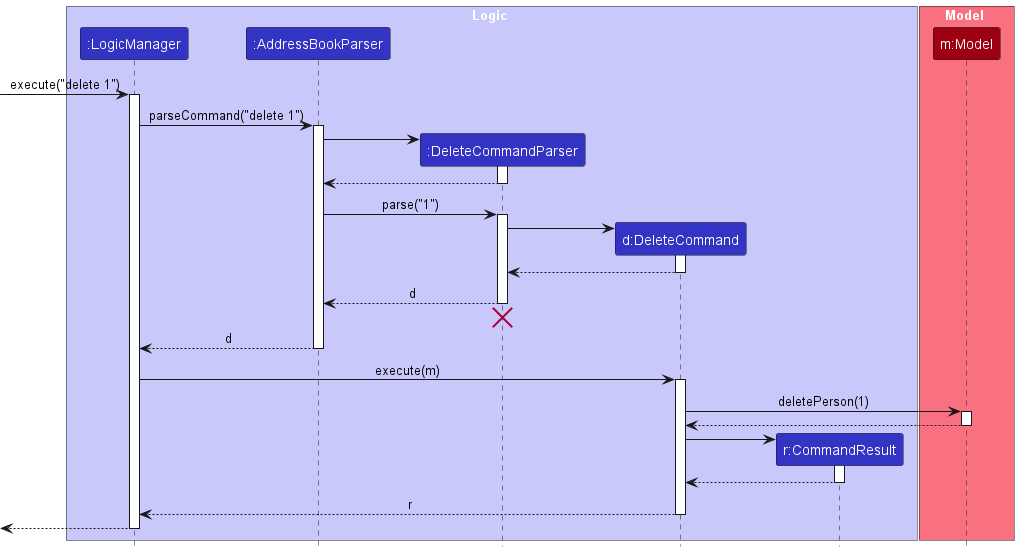
nus-cs2103-AY2425S1/tp keeps this PlantUML diagram as docs/images/DeleteSequenceDiagram.png. Above is the earlier version.
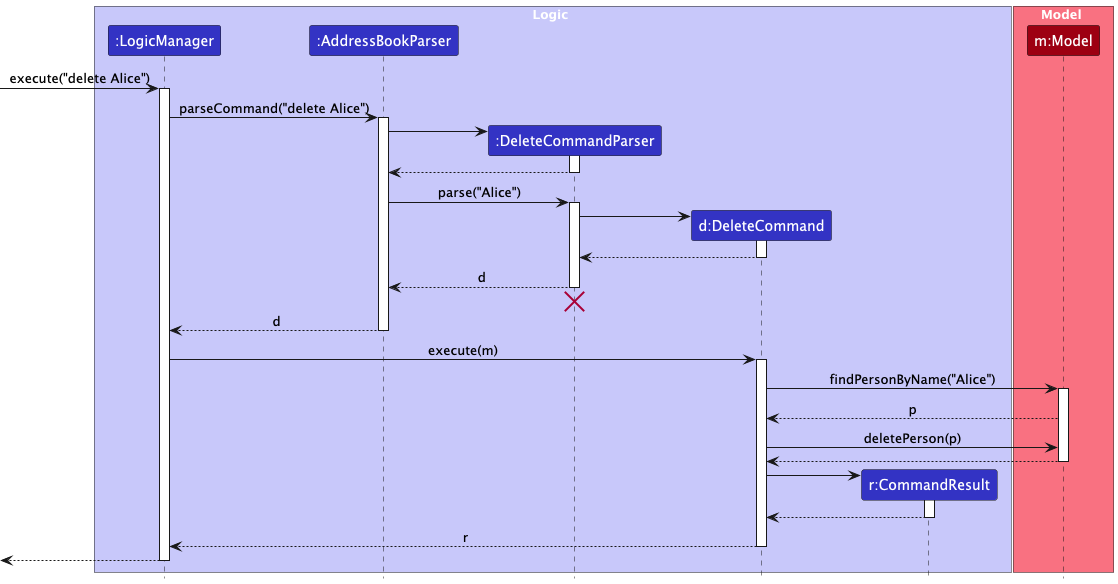
After the change.

Commit message:
Export diagram

The edit, as a diff of the source:
```diff
@@ -14,10 +14,10 @@
 participant "m:Model" as Model MODEL_COLOR
 end box
 
-[-> LogicManager : execute("delete 1")
+[-> LogicManager : execute("delete Alice")
 activate LogicManager
 
-LogicManager -> AddressBookParser : parseCommand("delete 1")
+LogicManager -> AddressBookParser : parseCommand("delete Alice")
 activate AddressBookParser
 
 create DeleteCommandParser
@@ -27,7 +27,7 @@
 DeleteCommandParser --> AddressBookParser
 deactivate DeleteCommandParser
 
-AddressBookParser -> DeleteCommandParser : parse("1")
+AddressBookParser -> DeleteCommandParser : parse("Alice")
 activate DeleteCommandParser
 
 create DeleteCommand
@@ -48,9 +48,11 @@
 LogicManager -> DeleteCommand : execute(m)
 activate DeleteCommand
 
-DeleteCommand -> Model : deletePerson(1)
+DeleteCommand -> Model : findPersonByName("Alice")
 activate Model
+Model --> DeleteCommand : p
 
+DeleteCommand -> Model : deletePerson(p)
 Model --> DeleteCommand
 deactivate Model
 
```
